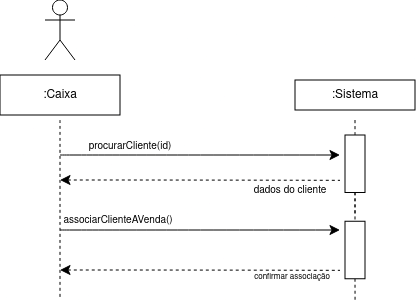
Earlier version of the draw.io export Documentation/Iteration01/diagramas/uc09.png (compaqle/fsoft2026_1DB_3). Source tidied: cells renumbered, new cells last; positions are measured from the earlier drawing's top-left corner, leaving out a move shared by most shapes.
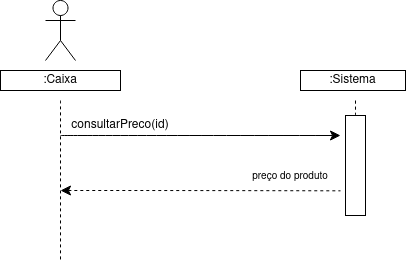
Later version of the same file.

What changed in the source:
```diff
@@ -8,20 +8,17 @@
         <mxPoint x="340" y="155" as="targetPoint" />
       </mxGeometry>
     </mxCell>
-    <mxCell id="3" value="&lt;font style=&quot;font-size: 10px;&quot;&gt;procurarCliente(id)&lt;/font&gt;" style="text;html=1;whiteSpace=wrap;strokeColor=none;fillColor=none;align=center;verticalAlign=middle;rounded=0;fontSize=16;" parent="1" vertex="1">
-      <mxGeometry x="50" y="130" width="160" height="30" as="geometry" />
-    </mxCell>
     <mxCell id="4" style="edgeStyle=none;curved=1;rounded=0;orthogonalLoop=1;jettySize=auto;html=1;fontSize=12;startSize=8;endSize=8;startArrow=classic;startFill=1;endArrow=none;endFill=0;dashed=1;" parent="1" edge="1">
       <mxGeometry relative="1" as="geometry">
-        <mxPoint x="60" y="180" as="sourcePoint" />
-        <mxPoint x="340" y="180.3" as="targetPoint" />
+        <mxPoint x="60" y="210" as="sourcePoint" />
+        <mxPoint x="340" y="210.3" as="targetPoint" />
         <Array as="points">
-          <mxPoint x="200" y="180" />
+          <mxPoint x="200" y="210" />
         </Array>
       </mxGeometry>
     </mxCell>
-    <mxCell id="5" value="&lt;font style=&quot;font-size: 8px;&quot;&gt;confirmar associação&lt;/font&gt;" style="text;html=1;whiteSpace=wrap;strokeColor=none;fillColor=none;align=center;verticalAlign=middle;rounded=0;fontSize=16;" parent="1" vertex="1">
-      <mxGeometry x="230" y="260" width="123.8" height="30" as="geometry" />
+    <mxCell id="5" value="&lt;font style=&quot;font-size: 10px;&quot;&gt;preço do produto&lt;/font&gt;" style="text;html=1;whiteSpace=wrap;strokeColor=none;fillColor=none;align=center;verticalAlign=middle;rounded=0;fontSize=16;" parent="1" vertex="1">
+      <mxGeometry x="240" y="180" width="100" height="30" as="geometry" />
     </mxCell>
     <mxCell id="6" style="edgeStyle=none;curved=1;rounded=0;jettySize=auto;html=1;entryX=0.5;entryY=1;entryDx=0;entryDy=0;fontSize=12;startSize=8;endSize=8;endArrow=none;endFill=0;dashed=1;" parent="1" edge="1" source="8">
       <mxGeometry relative="1" as="geometry">
@@ -34,56 +31,25 @@
       </mxGeometry>
     </mxCell>
     <mxCell id="8" style="rounded=0;whiteSpace=wrap;html=1;rotation=90;" parent="1" vertex="1">
-      <mxGeometry x="326.2" y="153.8" width="57.5" height="20" as="geometry" />
+      <mxGeometry x="305" y="175" width="100" height="20" as="geometry" />
     </mxCell>
     <mxCell id="9" style="edgeStyle=none;orthogonalLoop=1;jettySize=auto;html=1;rounded=0;fontSize=12;startSize=8;endSize=8;curved=1;endArrow=none;endFill=0;dashed=1;" parent="1" edge="1">
       <mxGeometry relative="1" as="geometry">
         <mxPoint x="60" y="120" as="sourcePoint" />
-        <mxPoint x="60" y="300" as="targetPoint" />
+        <mxPoint x="60" y="280" as="targetPoint" />
       </mxGeometry>
     </mxCell>
     <mxCell id="10" style="shape=umlActor;verticalLabelPosition=bottom;verticalAlign=top;html=1;" parent="1" vertex="1">
-      <mxGeometry x="45" width="30" height="60" as="geometry" />
+      <mxGeometry x="45" y="20" width="30" height="60" as="geometry" />
     </mxCell>
-    <mxCell id="11" value="&lt;font style=&quot;font-size: 10px;&quot;&gt;dados do cliente&lt;/font&gt;" style="text;html=1;whiteSpace=wrap;strokeColor=none;fillColor=none;align=center;verticalAlign=middle;rounded=0;fontSize=16;" parent="1" vertex="1">
-      <mxGeometry x="240" y="173.8" width="100" height="30" as="geometry" />
-    </mxCell>
-    <mxCell id="12" style="edgeStyle=none;jettySize=auto;html=1;rounded=0;fontSize=12;startSize=8;endSize=8;curved=1;endArrow=none;endFill=0;dashed=1;exitX=1;exitY=0.5;exitDx=0;exitDy=0;" parent="1" edge="1" source="8">
-      <mxGeometry relative="1" as="geometry">
-        <mxPoint x="355" y="220" as="targetPoint" />
-      </mxGeometry>
-    </mxCell>
-    <mxCell id="13" value="&lt;font style=&quot;font-size: 10px;&quot;&gt;associarClienteAVenda()&lt;/font&gt;" style="text;html=1;whiteSpace=wrap;strokeColor=none;fillColor=none;align=center;verticalAlign=middle;rounded=0;fontSize=16;" parent="1" vertex="1">
-      <mxGeometry x="68.1" y="203.8" width="100" height="30" as="geometry" />
-    </mxCell>
-    <mxCell id="14" style="edgeStyle=orthogonalEdgeStyle;rounded=0;jettySize=auto;html=1;exitX=1;exitY=0.5;exitDx=0;exitDy=0;dashed=1;endArrow=none;endFill=0;" parent="1" edge="1" source="15">
-      <mxGeometry relative="1" as="geometry">
-        <mxPoint x="355.1" y="301.2" as="targetPoint" />
-      </mxGeometry>
-    </mxCell>
-    <mxCell id="15" style="rounded=0;whiteSpace=wrap;html=1;rotation=90;" parent="1" vertex="1">
-      <mxGeometry x="326.2" y="240" width="57.5" height="20" as="geometry" />
-    </mxCell>
-    <mxCell id="16" style="edgeStyle=none;curved=1;rounded=0;orthogonalLoop=1;jettySize=auto;html=1;fontSize=12;startSize=8;endSize=8;" parent="1" edge="1">
-      <mxGeometry relative="1" as="geometry">
-        <mxPoint x="60" y="230" as="sourcePoint" />
-        <mxPoint x="340" y="230" as="targetPoint" />
-      </mxGeometry>
-    </mxCell>
-    <mxCell id="17" style="edgeStyle=none;curved=1;rounded=0;orthogonalLoop=1;jettySize=auto;html=1;fontSize=12;startSize=8;endSize=8;startArrow=classic;startFill=1;endArrow=none;endFill=0;dashed=1;" parent="1" edge="1">
-      <mxGeometry relative="1" as="geometry">
-        <mxPoint x="60" y="270" as="sourcePoint" />
-        <mxPoint x="340" y="270.3" as="targetPoint" />
-        <Array as="points">
-          <mxPoint x="200" y="270" />
-        </Array>
-      </mxGeometry>
-    </mxCell>
     <mxCell id="18" value=":Sistema" style="rounded=0;whiteSpace=wrap;html=1;" parent="1" vertex="1">
-      <mxGeometry x="295" y="80" width="120" height="30" as="geometry" />
+      <mxGeometry x="300" y="90" width="105" height="20" as="geometry" />
     </mxCell>
     <mxCell id="19" value=":Caixa" style="rounded=0;whiteSpace=wrap;html=1;" parent="1" vertex="1">
-      <mxGeometry y="75" width="120" height="40" as="geometry" />
+      <mxGeometry y="90" width="120" height="20" as="geometry" />
     </mxCell>
+    <mxCell id="20" value="consultarPreco(id)" style="text;html=1;whiteSpace=wrap;strokeColor=none;fillColor=none;align=center;verticalAlign=middle;rounded=0;" parent="1" vertex="1">
+      <mxGeometry x="90" y="130" width="60" height="30" as="geometry" />
+    </mxCell>
   </root>
 </mxGraphModel>
```
